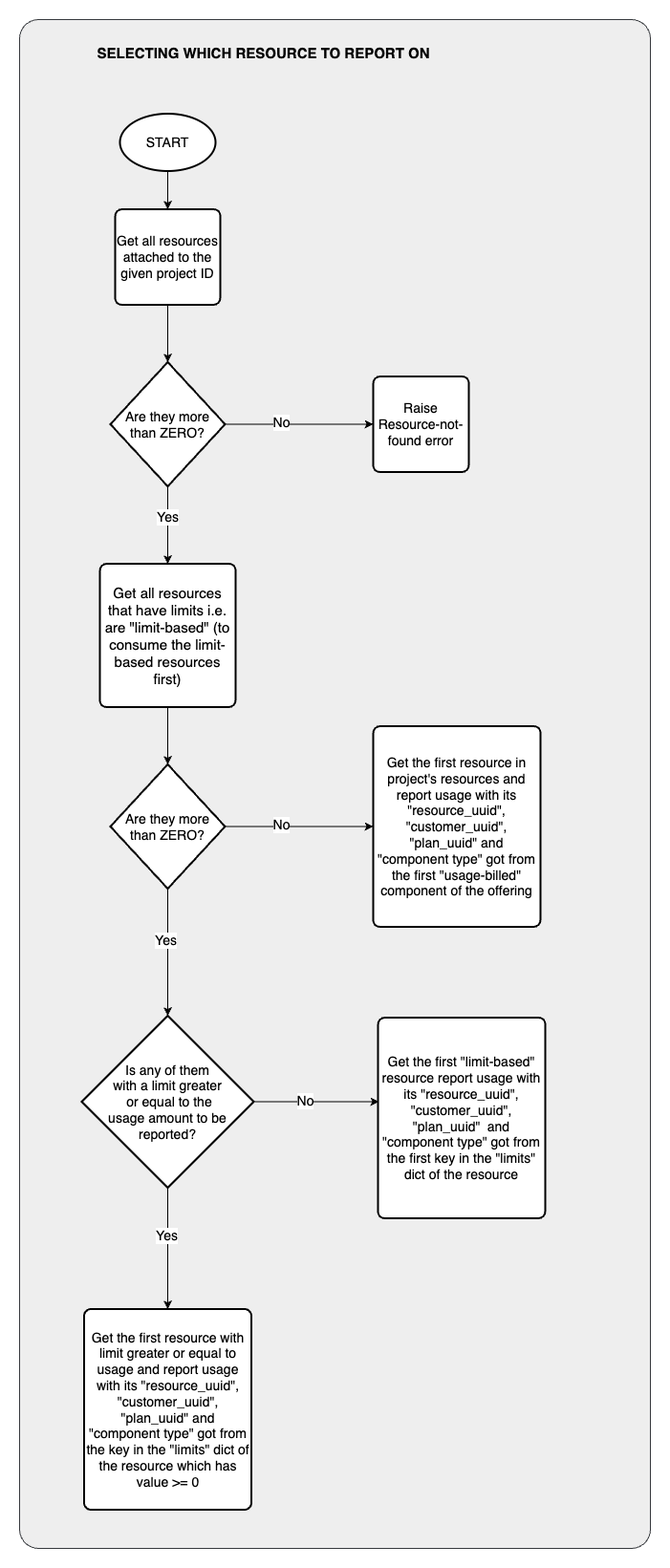
This is docs/assets/puhuri-resource-usage-reporting-flow.png from axean/tergite-frontend, a draw.io export, as it was before one commit. Source tidied: cells renumbered, new cells last; positions are measured from the earlier drawing's top-left corner, leaving out a move shared by most shapes.
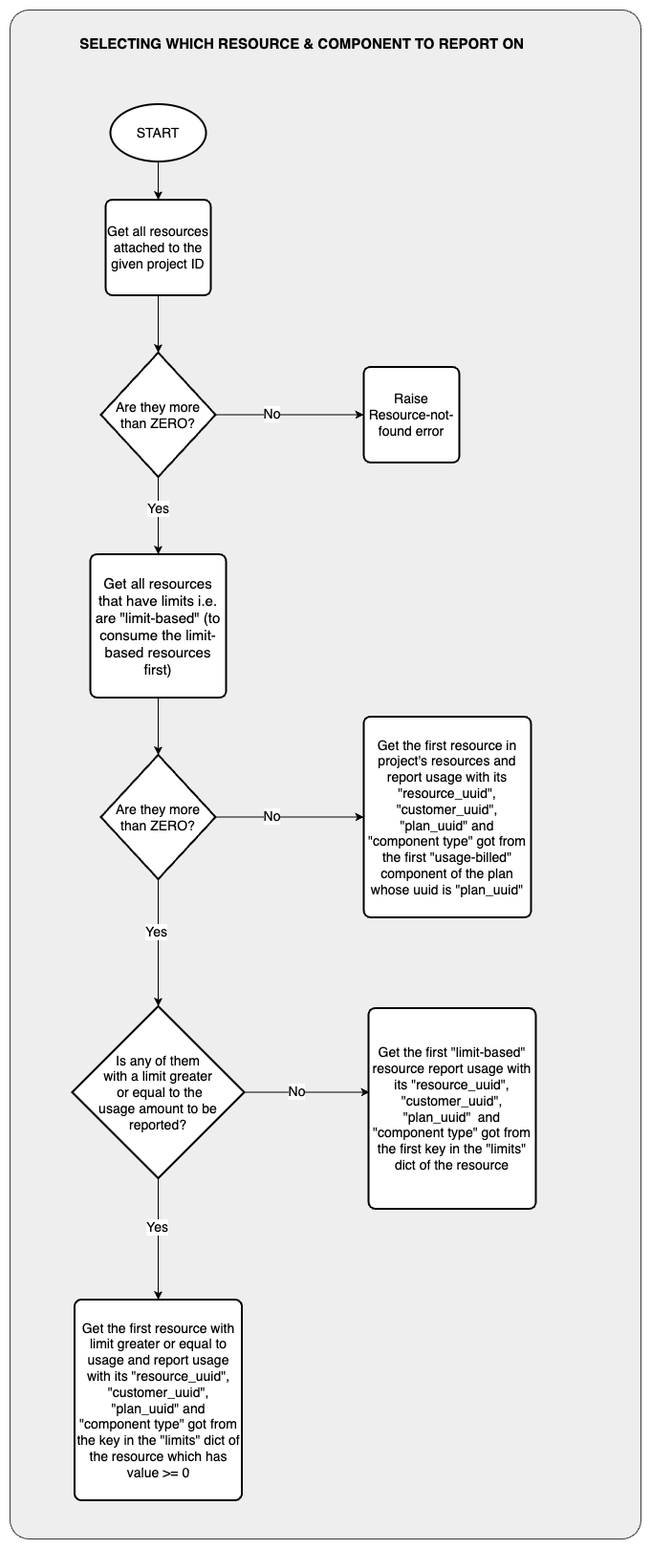
Above is the later version.

What changed in the source:
```diff
@@ -44,7 +44,7 @@
     <mxCell id="15" value="&lt;font style=&quot;font-size: 14px;&quot;&gt;Are they more than ZERO?&lt;/font&gt;" style="strokeWidth=2;html=1;shape=mxgraph.flowchart.decision;whiteSpace=wrap;" parent="3" vertex="1">
       <mxGeometry x="30" y="681" width="120" height="130" as="geometry" />
     </mxCell>
-    <mxCell id="16" value="&lt;font style=&quot;font-size: 14px;&quot;&gt;Get the first resource in project's resources and report usage with its &quot;resource_uuid&quot;, &quot;customer_uuid&quot;, &quot;plan_uuid&quot; and &quot;component type&quot; got from the first &quot;usage-billed&quot; component of the offering&lt;/font&gt;" style="rounded=1;whiteSpace=wrap;html=1;absoluteArcSize=1;arcSize=14;strokeWidth=2;" parent="3" vertex="1">
+    <mxCell id="16" value="&lt;font style=&quot;font-size: 14px;&quot;&gt;Get the first resource in project's resources and report usage with its &quot;resource_uuid&quot;, &quot;customer_uuid&quot;, &quot;plan_uuid&quot; and &quot;component type&quot; got from the first &quot;usage-billed&quot; component of the plan whose uuid is &quot;plan_uuid&quot;&lt;/font&gt;" style="rounded=1;whiteSpace=wrap;html=1;absoluteArcSize=1;arcSize=14;strokeWidth=2;" parent="3" vertex="1">
       <mxGeometry x="305" y="641" width="175" height="210" as="geometry" />
     </mxCell>
     <mxCell id="17" style="edgeStyle=orthogonalEdgeStyle;rounded=0;jettySize=auto;html=1;" parent="3" edge="1" source="15" target="16">
@@ -83,8 +83,8 @@
     <mxCell id="28" value="&lt;font style=&quot;font-size: 14px;&quot;&gt;No&lt;/font&gt;" style="edgeLabel;html=1;align=center;verticalAlign=middle;" parent="27" vertex="1">
       <mxGeometry x="-0.19" y="1" relative="1" as="geometry" />
     </mxCell>
-    <mxCell id="29" value="&lt;font style=&quot;font-size: 15px;&quot;&gt;&lt;b&gt;SELECTING WHICH RESOURCE TO REPORT ON&lt;/b&gt;&lt;/font&gt;" style="text;html=1;align=center;verticalAlign=middle;strokeColor=none;fillColor=none;" parent="1" vertex="1">
-      <mxGeometry x="70" y="20" width="370" height="30" as="geometry" />
+    <mxCell id="29" value="&lt;font style=&quot;font-size: 15px;&quot;&gt;&lt;b&gt;SELECTING WHICH RESOURCE &amp;amp; COMPONENT TO REPORT ON&lt;/b&gt;&lt;/font&gt;" style="text;html=1;align=center;verticalAlign=middle;strokeColor=none;fillColor=none;" parent="1" vertex="1">
+      <mxGeometry x="60" y="20" width="490" height="30" as="geometry" />
     </mxCell>
   </root>
 </mxGraphModel>
```
